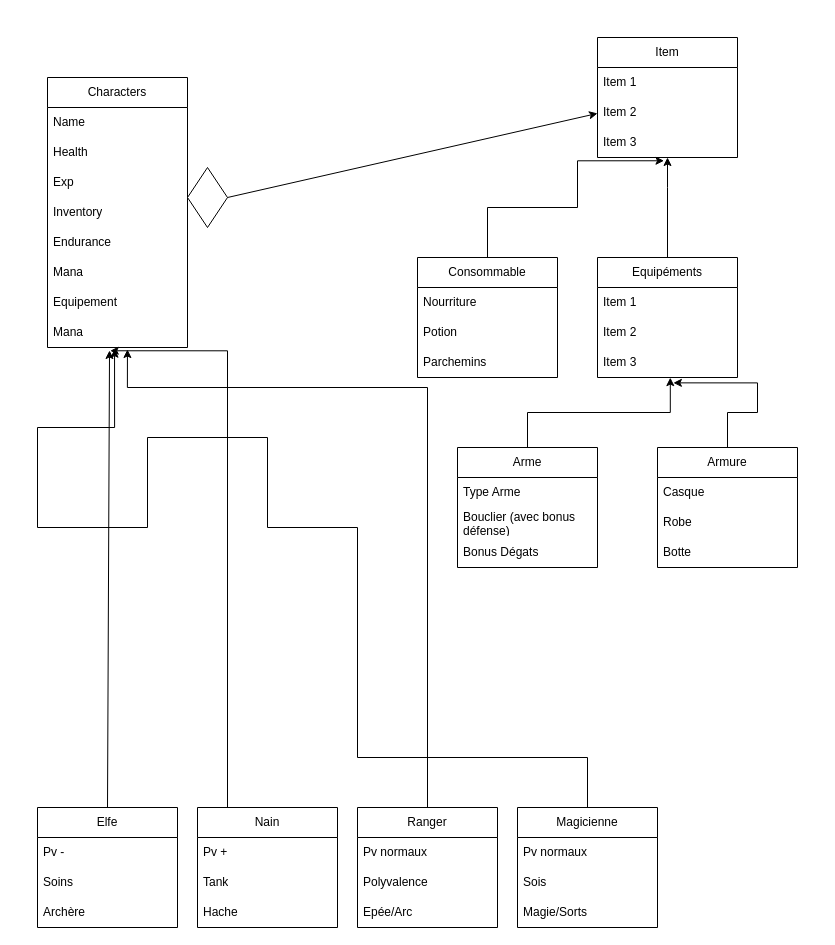
JordanMufc/POO-STJ keeps this draw.io diagram as PV de réunion/Diagramme_Jeux_RPG.drawio. Above is the earlier version. Source tidied: cells renumbered, new cells numbered last; positions are measured from the earlier drawing's top-left corner, leaving out a move shared by most shapes. Both pictures are drawn from the tidied source at 100%, with x=0, y=0 at pixel (37, 37).
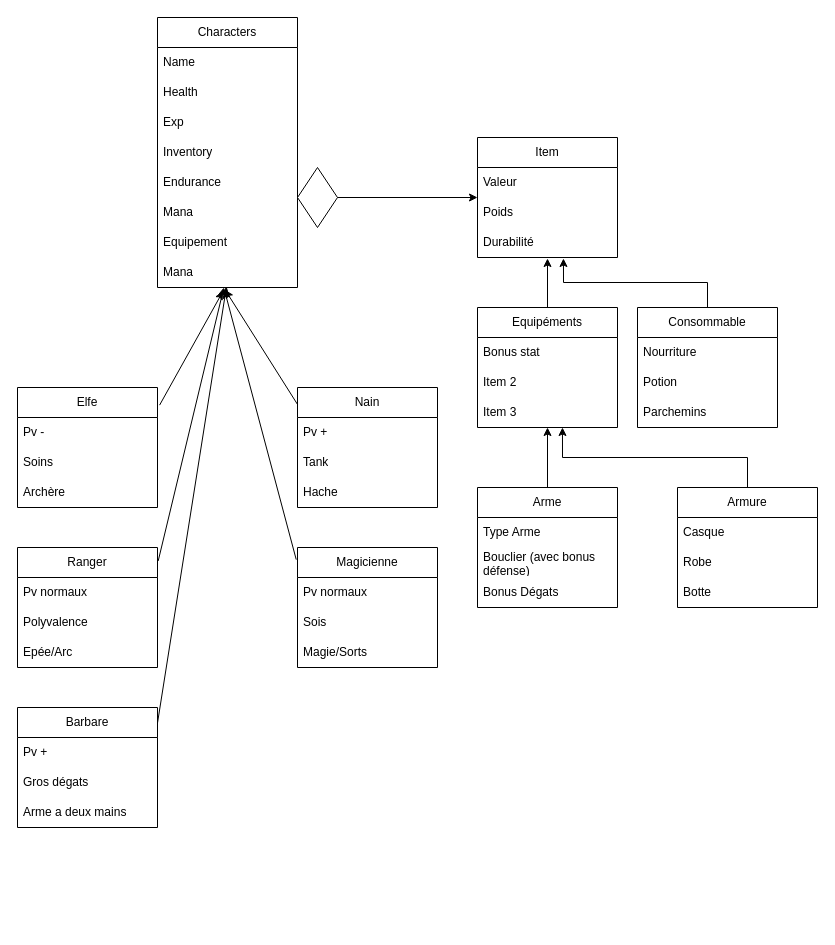
The same page after the edit.

Commit message (it also covers changes not shown here):
IMP: Diagramme

Unchanged cells that the change refers to:
```xml
<mxCell id="10" value="Mana" style="text;strokeColor=none;fillColor=none;align=left;verticalAlign=middle;spacingLeft=4;spacingRight=4;overflow=hidden;points=[[0,0.5],[1,0.5]];portConstraint=eastwest;whiteSpace=wrap;html=1;" parent="2" vertex="1">
  <mxGeometry y="240" width="140" height="30" as="geometry" />
</mxCell>
<mxCell id="41" value="Item 3" style="text;strokeColor=none;fillColor=none;align=left;verticalAlign=middle;spacingLeft=4;spacingRight=4;overflow=hidden;points=[[0,0.5],[1,0.5]];portConstraint=eastwest;whiteSpace=wrap;html=1;" parent="38" vertex="1">
  <mxGeometry y="90" width="140" height="30" as="geometry" />
</mxCell>
```

What changed in the source:
```diff
@@
     <mxCell id="2" value="Characters" style="swimlane;fontStyle=0;horizontal=1;startSize=30;whiteSpace=wrap;html=1;" parent="1" vertex="1">
-      <mxGeometry x="10" y="40" width="140" height="270" as="geometry" />
+      <mxGeometry x="120" y="-20" width="140" height="270" as="geometry" />
     </mxCell>
@@
     <mxCell id="11" style="rhombus;whiteSpace=wrap;html=1;" parent="1" vertex="1">
-      <mxGeometry x="150" y="130" width="40" height="60" as="geometry" />
+      <mxGeometry x="260" y="130" width="40" height="60" as="geometry" />
     </mxCell>
@@
     <mxCell id="13" value="Item" style="swimlane;fontStyle=0;horizontal=1;startSize=30;whiteSpace=wrap;html=1;" parent="1" vertex="1">
-      <mxGeometry x="560" width="140" height="120" as="geometry" />
+      <mxGeometry x="440" y="100" width="140" height="120" as="geometry" />
     </mxCell>
-    <mxCell id="14" value="Item 1" style="text;strokeColor=none;fillColor=none;align=left;verticalAlign=middle;spacingLeft=4;spacingRight=4;overflow=hidden;whiteSpace=wrap;html=1;" parent="13" vertex="1">
+    <mxCell id="14" value="Valeur" style="text;strokeColor=none;fillColor=none;align=left;verticalAlign=middle;spacingLeft=4;spacingRight=4;overflow=hidden;whiteSpace=wrap;html=1;" parent="13" vertex="1">
       <mxGeometry y="30" width="140" height="30" as="geometry" />
     </mxCell>
-    <mxCell id="15" value="Item 2" style="text;strokeColor=none;fillColor=none;align=left;verticalAlign=middle;spacingLeft=4;spacingRight=4;overflow=hidden;whiteSpace=wrap;html=1;" parent="13" vertex="1">
+    <mxCell id="15" value="Poids" style="text;strokeColor=none;fillColor=none;align=left;verticalAlign=middle;spacingLeft=4;spacingRight=4;overflow=hidden;whiteSpace=wrap;html=1;" parent="13" vertex="1">
       <mxGeometry y="60" width="140" height="30" as="geometry" />
     </mxCell>
-    <mxCell id="16" value="Item 3" style="text;strokeColor=none;fillColor=none;align=left;verticalAlign=middle;spacingLeft=4;spacingRight=4;overflow=hidden;points=[[0,0.5],[1,0.5]];portConstraint=eastwest;whiteSpace=wrap;html=1;" parent="13" vertex="1">
+    <mxCell id="16" value="Durabilité" style="text;strokeColor=none;fillColor=none;align=left;verticalAlign=middle;spacingLeft=4;spacingRight=4;overflow=hidden;points=[[0,0.5],[1,0.5]];portConstraint=eastwest;whiteSpace=wrap;html=1;" parent="13" vertex="1">
       <mxGeometry y="90" width="140" height="30" as="geometry" />
     </mxCell>
     <mxCell id="17" value="Elfe" style="swimlane;fontStyle=0;horizontal=1;startSize=30;whiteSpace=wrap;html=1;" parent="1" vertex="1">
-      <mxGeometry y="770" width="140" height="120" as="geometry" />
+      <mxGeometry x="-20" y="350" width="140" height="120" as="geometry" />
     </mxCell>
@@
-    <mxCell id="21" style="endArrow=classic;html=1;rounded=0;exitX=0.5;exitY=0;exitDx=0;exitDy=0;entryX=0.443;entryY=1.1;entryDx=0;entryDy=0;entryPerimeter=0;" parent="1" edge="1" source="17" target="10">
-      <mxGeometry relative="1" as="geometry" />
-    </mxCell>
     <mxCell id="22" value="Nain" style="swimlane;fontStyle=0;horizontal=1;startSize=30;whiteSpace=wrap;html=1;" parent="1" vertex="1">
-      <mxGeometry x="160" y="770" width="140" height="120" as="geometry" />
+      <mxGeometry x="260" y="350" width="140" height="120" as="geometry" />
     </mxCell>
@@
-    <mxCell id="26" style="edgeStyle=orthogonalEdgeStyle;rounded=0;jettySize=auto;html=1;entryX=0.571;entryY=1.067;entryDx=0;entryDy=0;entryPerimeter=0;" parent="1" edge="1" source="27" target="10">
-      <mxGeometry relative="1" as="geometry">
-        <Array as="points">
-          <mxPoint x="390" y="350" />
-          <mxPoint x="90" y="350" />
-        </Array>
-      </mxGeometry>
-    </mxCell>
     <mxCell id="27" value="Ranger" style="swimlane;fontStyle=0;horizontal=1;startSize=30;whiteSpace=wrap;html=1;" parent="1" vertex="1">
-      <mxGeometry x="320" y="770" width="140" height="120" as="geometry" />
+      <mxGeometry x="-20" y="510" width="140" height="120" as="geometry" />
     </mxCell>
@@
     <mxCell id="31" value="Magicienne" style="swimlane;fontStyle=0;horizontal=1;startSize=30;whiteSpace=wrap;html=1;" parent="1" vertex="1">
-      <mxGeometry x="480" y="770" width="140" height="120" as="geometry" />
+      <mxGeometry x="260" y="510" width="140" height="120" as="geometry" />
     </mxCell>
@@
-    <mxCell id="35" style="edgeStyle=orthogonalEdgeStyle;rounded=0;jettySize=auto;html=1;exitX=0.5;exitY=0;exitDx=0;exitDy=0;entryX=0.448;entryY=1.109;entryDx=0;entryDy=0;entryPerimeter=0;" parent="1" edge="1" source="22" target="10">
-      <mxGeometry relative="1" as="geometry">
-        <Array as="points">
-          <mxPoint x="190" y="770" />
-          <mxPoint x="190" y="313" />
-        </Array>
-      </mxGeometry>
-    </mxCell>
-    <mxCell id="36" style="edgeStyle=orthogonalEdgeStyle;rounded=0;jettySize=auto;html=1;exitX=0.5;exitY=0;exitDx=0;exitDy=0;entryX=0.479;entryY=1.056;entryDx=0;entryDy=0;entryPerimeter=0;" parent="1" edge="1" source="31" target="10">
-      <mxGeometry relative="1" as="geometry">
-        <Array as="points">
-          <mxPoint x="550" y="720" />
-          <mxPoint x="320" y="720" />
-          <mxPoint x="320" y="490" />
-          <mxPoint x="230" y="490" />
-          <mxPoint x="230" y="400" />
-          <mxPoint x="110" y="400" />
-          <mxPoint x="110" y="490" />
-          <mxPoint y="490" />
-          <mxPoint y="390" />
-          <mxPoint x="77" y="390" />
-        </Array>
-      </mxGeometry>
-    </mxCell>
-    <mxCell id="37" style="edgeStyle=orthogonalEdgeStyle;rounded=0;jettySize=auto;html=1;" parent="1" edge="1" source="38" target="16">
-      <mxGeometry relative="1" as="geometry">
-        <Array as="points">
-          <mxPoint x="630" y="150" />
-          <mxPoint x="630" y="150" />
-        </Array>
-      </mxGeometry>
-    </mxCell>
     <mxCell id="38" value="Equipéments" style="swimlane;fontStyle=0;horizontal=1;startSize=30;whiteSpace=wrap;html=1;" parent="1" vertex="1">
-      <mxGeometry x="560" y="220" width="140" height="120" as="geometry" />
+      <mxGeometry x="440" y="270" width="140" height="120" as="geometry" />
     </mxCell>
-    <mxCell id="39" value="Item 1" style="text;strokeColor=none;fillColor=none;align=left;verticalAlign=middle;spacingLeft=4;spacingRight=4;overflow=hidden;whiteSpace=wrap;html=1;" parent="38" vertex="1">
+    <mxCell id="39" value="Bonus stat" style="text;strokeColor=none;fillColor=none;align=left;verticalAlign=middle;spacingLeft=4;spacingRight=4;overflow=hidden;whiteSpace=wrap;html=1;" parent="38" vertex="1">
       <mxGeometry y="30" width="140" height="30" as="geometry" />
     </mxCell>
@@
     <mxCell id="42" value="Arme" style="swimlane;fontStyle=0;horizontal=1;startSize=30;whiteSpace=wrap;html=1;" parent="1" vertex="1">
-      <mxGeometry x="420" y="410" width="140" height="120" as="geometry" />
+      <mxGeometry x="440" y="450" width="140" height="120" as="geometry" />
     </mxCell>
@@
     <mxCell id="46" value="Armure" style="swimlane;fontStyle=0;horizontal=1;startSize=30;whiteSpace=wrap;html=1;" parent="1" vertex="1">
-      <mxGeometry x="620" y="410" width="140" height="120" as="geometry" />
+      <mxGeometry x="640" y="450" width="140" height="120" as="geometry" />
     </mxCell>
@@
-    <mxCell id="50" style="edgeStyle=orthogonalEdgeStyle;rounded=0;jettySize=auto;html=1;exitX=0.5;exitY=0;exitDx=0;exitDy=0;entryX=0.52;entryY=1.004;entryDx=0;entryDy=0;entryPerimeter=0;" parent="1" edge="1" source="42" target="41">
-      <mxGeometry relative="1" as="geometry" />
-    </mxCell>
-    <mxCell id="51" style="edgeStyle=orthogonalEdgeStyle;rounded=0;jettySize=auto;html=1;exitX=0.5;exitY=0;exitDx=0;exitDy=0;entryX=0.542;entryY=1.179;entryDx=0;entryDy=0;entryPerimeter=0;" parent="1" edge="1" source="46" target="41">
-      <mxGeometry relative="1" as="geometry" />
-    </mxCell>
     <mxCell id="52" value="Consommable" style="swimlane;fontStyle=0;horizontal=1;startSize=30;whiteSpace=wrap;html=1;" parent="1" vertex="1">
-      <mxGeometry x="380" y="220" width="140" height="120" as="geometry" />
+      <mxGeometry x="600" y="270" width="140" height="120" as="geometry" />
     </mxCell>
@@
+    <mxCell id="37" style="edgeStyle=orthogonalEdgeStyle;rounded=0;jettySize=auto;html=1;entryX=0.5;entryY=1.033;entryDx=0;entryDy=0;entryPerimeter=0;" parent="1" edge="1" source="38" target="16">
+      <mxGeometry relative="1" as="geometry" />
+    </mxCell>
-    <mxCell id="56" style="edgeStyle=orthogonalEdgeStyle;rounded=0;jettySize=auto;html=1;entryX=0.475;entryY=1.109;entryDx=0;entryDy=0;entryPerimeter=0;exitX=0.5;exitY=0;exitDx=0;exitDy=0;" parent="1" edge="1" source="52" target="16">
+    <mxCell id="56" style="edgeStyle=orthogonalEdgeStyle;rounded=0;jettySize=auto;html=1;entryX=0.614;entryY=1.033;entryDx=0;entryDy=0;entryPerimeter=0;" parent="1" edge="1" source="52" target="16">
       <mxGeometry relative="1" as="geometry">
         <Array as="points">
-          <mxPoint x="450" y="170" />
-          <mxPoint x="540" y="170" />
-          <mxPoint x="540" y="123" />
+          <mxPoint x="670" y="245" />
+          <mxPoint x="526" y="245" />
         </Array>
       </mxGeometry>
     </mxCell>
+    <mxCell id="50" style="edgeStyle=orthogonalEdgeStyle;rounded=0;jettySize=auto;html=1;entryX=0.5;entryY=1;entryDx=0;entryDy=0;entryPerimeter=0;" parent="1" edge="1" source="42" target="41">
+      <mxGeometry relative="1" as="geometry" />
+    </mxCell>
+    <mxCell id="51" style="edgeStyle=orthogonalEdgeStyle;rounded=0;jettySize=auto;html=1;entryX=0.607;entryY=1;entryDx=0;entryDy=0;entryPerimeter=0;" parent="1" edge="1" source="46" target="41">
+      <mxGeometry relative="1" as="geometry" />
+    </mxCell>
+    <mxCell id="57" value="Barbare" style="swimlane;fontStyle=0;horizontal=1;startSize=30;whiteSpace=wrap;html=1;" parent="1" vertex="1">
+      <mxGeometry x="-20" y="670" width="140" height="120" as="geometry" />
+    </mxCell>
+    <mxCell id="58" value="Pv +" style="text;strokeColor=none;fillColor=none;align=left;verticalAlign=middle;spacingLeft=4;spacingRight=4;overflow=hidden;whiteSpace=wrap;html=1;" parent="57" vertex="1">
+      <mxGeometry y="30" width="140" height="30" as="geometry" />
+    </mxCell>
+    <mxCell id="59" value="Gros dégats" style="text;strokeColor=none;fillColor=none;align=left;verticalAlign=middle;spacingLeft=4;spacingRight=4;overflow=hidden;whiteSpace=wrap;html=1;" parent="57" vertex="1">
+      <mxGeometry y="60" width="140" height="30" as="geometry" />
+    </mxCell>
+    <mxCell id="60" value="Arme a deux mains" style="text;strokeColor=none;fillColor=none;align=left;verticalAlign=middle;spacingLeft=4;spacingRight=4;overflow=hidden;whiteSpace=wrap;html=1;" parent="57" vertex="1">
+      <mxGeometry y="90" width="140" height="30" as="geometry" />
+    </mxCell>
+    <mxCell id="26" style="endArrow=classic;html=1;rounded=0;exitX=1.005;exitY=0.112;exitDx=0;exitDy=0;exitPerimeter=0;" parent="1" edge="1" source="27" target="10">
+      <mxGeometry relative="1" as="geometry" />
+    </mxCell>
+    <mxCell id="21" style="endArrow=classic;html=1;rounded=0;exitX=1.015;exitY=0.147;exitDx=0;exitDy=0;exitPerimeter=0;entryX=0.468;entryY=1.126;entryDx=0;entryDy=0;entryPerimeter=0;" parent="1" edge="1" source="17" target="10">
+      <mxGeometry relative="1" as="geometry" />
+    </mxCell>
+    <mxCell id="35" style="endArrow=classic;html=1;rounded=0;exitX=0;exitY=0.141;exitDx=0;exitDy=0;exitPerimeter=0;entryX=0.483;entryY=1.08;entryDx=0;entryDy=0;entryPerimeter=0;" parent="1" edge="1" source="22" target="10">
+      <mxGeometry relative="1" as="geometry" />
+    </mxCell>
+    <mxCell id="36" style="endArrow=classic;html=1;rounded=0;exitX=-0.009;exitY=0.101;exitDx=0;exitDy=0;exitPerimeter=0;entryX=0.478;entryY=1.08;entryDx=0;entryDy=0;entryPerimeter=0;" parent="1" edge="1" source="31" target="10">
+      <mxGeometry relative="1" as="geometry" />
+    </mxCell>
+    <mxCell id="61" style="endArrow=classic;html=1;rounded=0;exitX=1;exitY=0.129;exitDx=0;exitDy=0;exitPerimeter=0;entryX=0.493;entryY=0.967;entryDx=0;entryDy=0;entryPerimeter=0;" parent="1" edge="1" source="57" target="10">
+      <mxGeometry relative="1" as="geometry" />
+    </mxCell>
```
